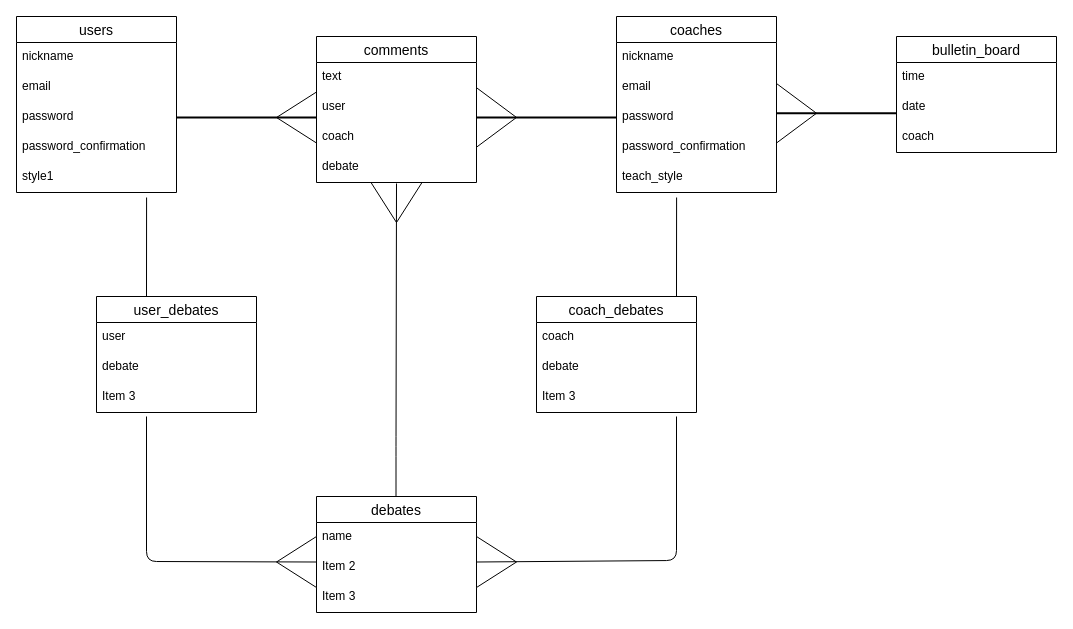
The draw.io diagram .dio in kojimadaiki/debate-app, before the edit. Source tidied: cells renumbered, new cells numbered last; positions are measured from the earlier drawing's top-left corner, leaving out a move shared by most shapes. Both pictures are drawn from the tidied source at 100%, with x=0, y=0 at pixel (16, 16).
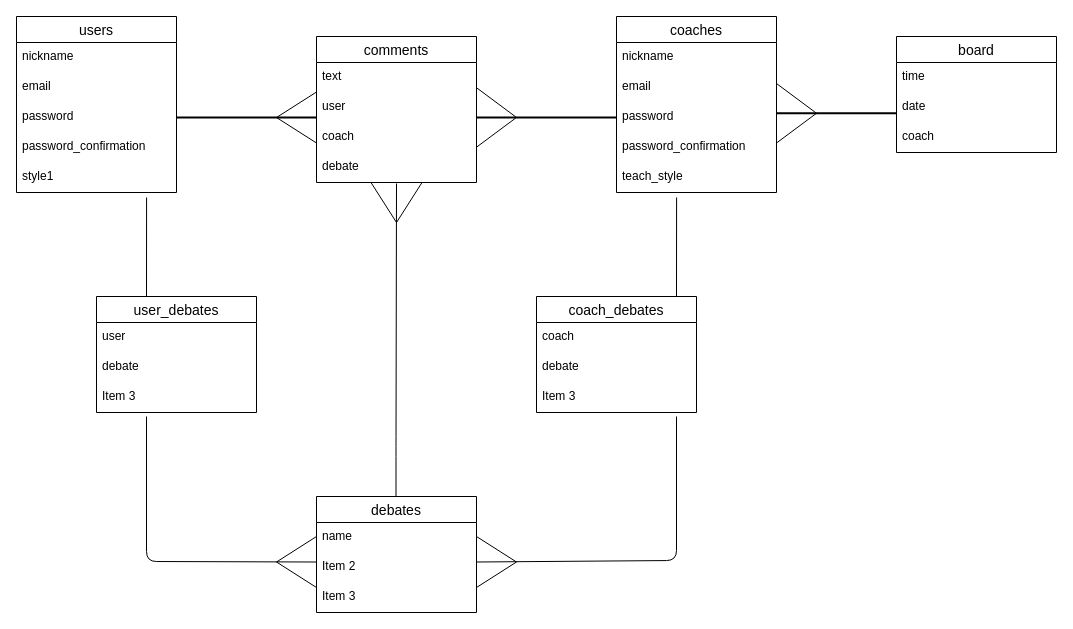
After the change.

Commit message (it also covers changes not shown here):
commentビューの作成

What changed in the source:
```diff
@@
-    <mxCell id="31" value="bulletin_board" style="swimlane;fontStyle=0;horizontal=1;startSize=26;align=center;fontSize=14;" parent="1" vertex="1">
+    <mxCell id="31" value="board" style="swimlane;fontStyle=0;horizontal=1;startSize=26;align=center;fontSize=14;" parent="1" vertex="1">
       <mxGeometry x="880" y="20" width="160" height="116" as="geometry" />
     </mxCell>
```
